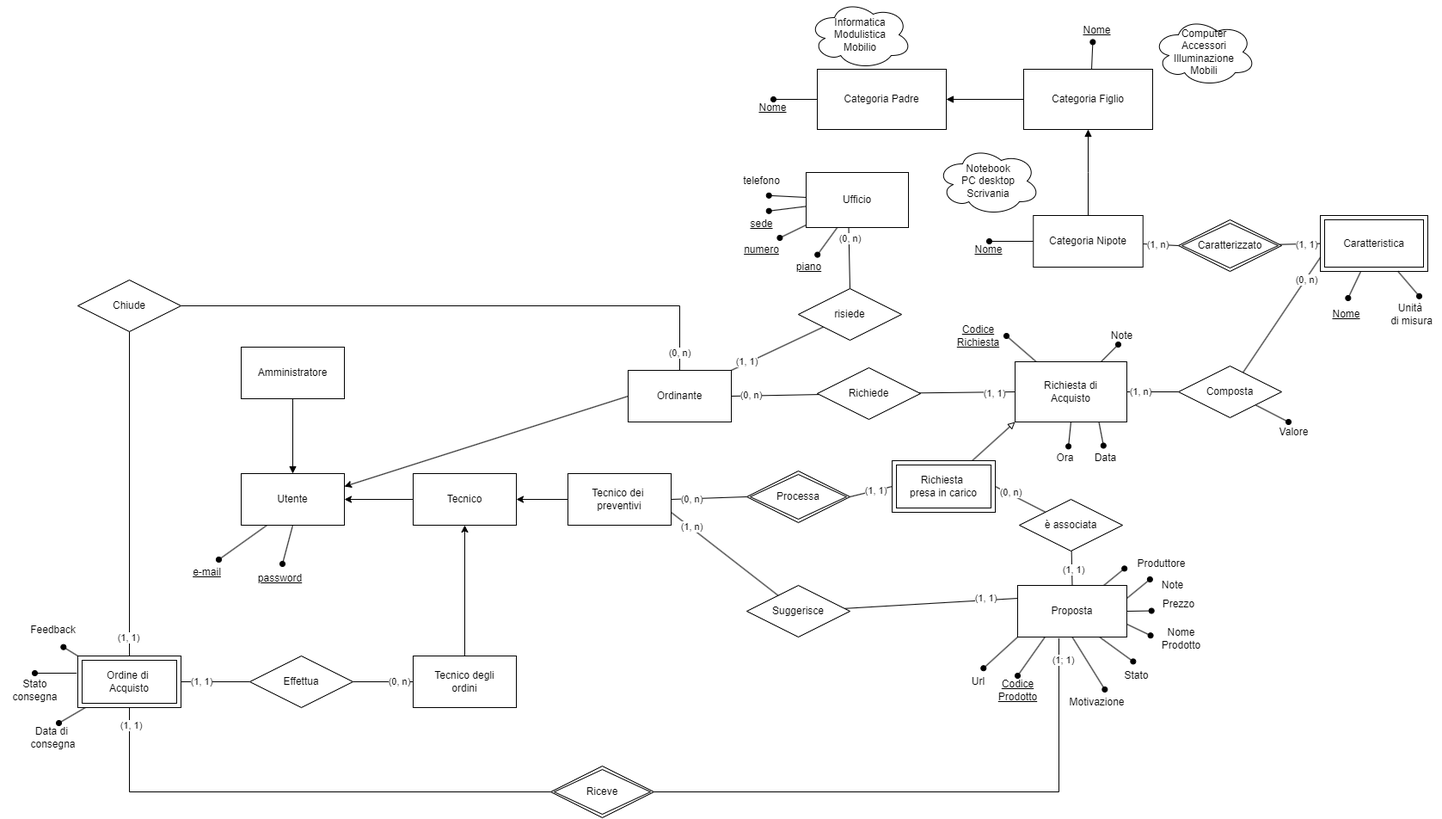
This is docs/ER_WE.drawio.png from Mik1810/web_engineering, a draw.io export, as it was before one commit. Source tidied: cells renumbered, new cells last; positions are measured from the earlier drawing's top-left corner, leaving out a move shared by most shapes.
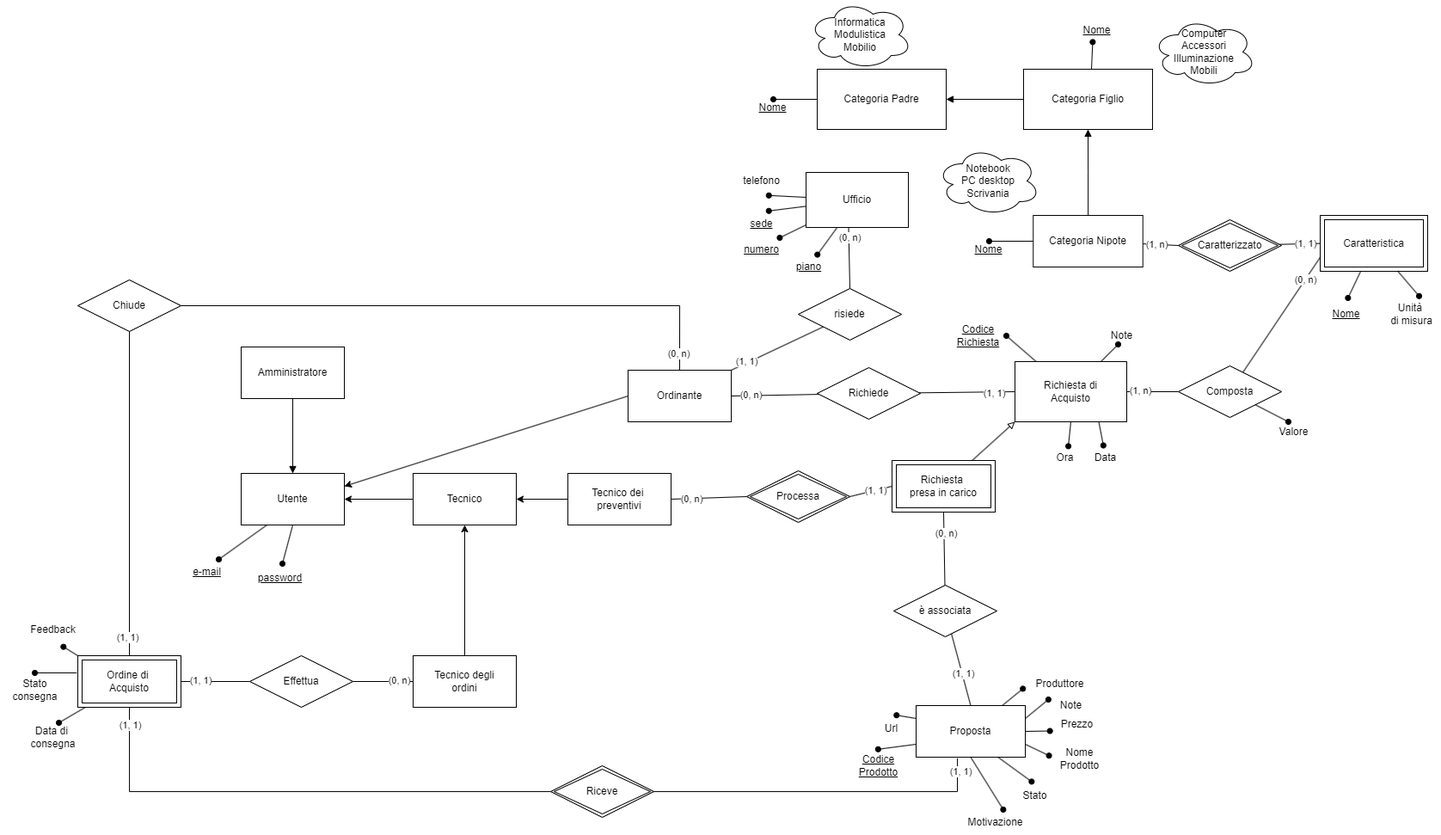
Above is the later version.

Commit message:
Added sql script to create tables, began the population, updated diagrams and model

Diff of the diagram source:
```diff
@@ -94,44 +94,42 @@
       <mxGeometry relative="1" as="geometry" />
     </mxCell>
     <mxCell id="29" value="Proposta" style="rounded=0;whiteSpace=wrap;html=1;" parent="1" vertex="1">
-      <mxGeometry x="1183" y="680" width="127" height="60" as="geometry" />
+      <mxGeometry x="1065" y="820" width="127" height="60" as="geometry" />
     </mxCell>
     <mxCell id="30" value="Produttore" style="text;html=1;align=center;verticalAlign=middle;points=[];strokeColor=none;fillColor=none;" parent="1" vertex="1">
-      <mxGeometry x="1310" y="640" width="80" height="30" as="geometry" />
+      <mxGeometry x="1192" y="780" width="80" height="30" as="geometry" />
     </mxCell>
     <mxCell id="31" style="rounded=0;jettySize=auto;html=1;endArrow=oval;endFill=1;exitX=1;exitY=0.75;exitDx=0;exitDy=0;entryX=-0.006;entryY=0.405;entryDx=0;entryDy=0;entryPerimeter=0;" parent="1" edge="1" source="29" target="32">
       <mxGeometry relative="1" as="geometry" />
     </mxCell>
     <mxCell id="32" value="Nome &lt;br&gt;Prodotto" style="text;html=1;align=center;verticalAlign=middle;points=[];strokeColor=none;fillColor=none;" parent="1" vertex="1">
-      <mxGeometry x="1338" y="722" width="70" height="40" as="geometry" />
+      <mxGeometry x="1220" y="862" width="70" height="40" as="geometry" />
     </mxCell>
-    <mxCell id="33" style="rounded=0;jettySize=auto;html=1;endArrow=oval;endFill=1;exitX=0.25;exitY=1;exitDx=0;exitDy=0;" parent="1" edge="1" source="29">
-      <mxGeometry relative="1" as="geometry">
-        <mxPoint x="1183" y="785" as="targetPoint" />
-      </mxGeometry>
+    <mxCell id="33" style="rounded=0;jettySize=auto;html=1;endArrow=oval;endFill=1;exitX=0;exitY=0.75;exitDx=0;exitDy=0;entryX=0.498;entryY=0.02;entryDx=0;entryDy=0;entryPerimeter=0;" parent="1" edge="1" source="29" target="34">
+      <mxGeometry relative="1" as="geometry" />
     </mxCell>
     <mxCell id="34" value="&lt;u&gt;Codice&lt;br&gt;Prodotto&lt;/u&gt;" style="text;html=1;align=center;verticalAlign=middle;points=[];strokeColor=none;fillColor=none;" parent="1" vertex="1">
-      <mxGeometry x="1148" y="782" width="70" height="40" as="geometry" />
+      <mxGeometry x="986" y="870" width="70" height="40" as="geometry" />
     </mxCell>
     <mxCell id="35" style="rounded=0;jettySize=auto;html=1;endArrow=oval;endFill=1;exitX=1;exitY=0.5;exitDx=0;exitDy=0;entryX=-0.022;entryY=0.751;entryDx=0;entryDy=0;entryPerimeter=0;" parent="1" edge="1" source="29" target="36">
       <mxGeometry relative="1" as="geometry" />
     </mxCell>
     <mxCell id="36" value="Prezzo" style="text;html=1;align=center;verticalAlign=middle;points=[];strokeColor=none;fillColor=none;" parent="1" vertex="1">
-      <mxGeometry x="1340" y="687" width="60" height="30" as="geometry" />
+      <mxGeometry x="1222" y="827" width="60" height="30" as="geometry" />
     </mxCell>
-    <mxCell id="37" style="rounded=0;jettySize=auto;html=1;endArrow=oval;endFill=1;exitX=0;exitY=1;exitDx=0;exitDy=0;entryX=0.657;entryY=-0.026;entryDx=0;entryDy=0;entryPerimeter=0;" parent="1" edge="1" source="29" target="38">
+    <mxCell id="37" style="rounded=0;jettySize=auto;html=1;endArrow=oval;endFill=1;exitX=0;exitY=0.25;exitDx=0;exitDy=0;entryX=0.657;entryY=-0.026;entryDx=0;entryDy=0;entryPerimeter=0;" parent="1" edge="1" source="29" target="38">
       <mxGeometry relative="1" as="geometry" />
     </mxCell>
     <mxCell id="38" value="Url" style="text;html=1;align=center;verticalAlign=middle;points=[];strokeColor=none;fillColor=none;" parent="1" vertex="1">
-      <mxGeometry x="1117" y="777" width="40" height="30" as="geometry" />
+      <mxGeometry x="1016" y="832" width="40" height="30" as="geometry" />
     </mxCell>
     <mxCell id="39" style="rounded=0;jettySize=auto;html=1;endArrow=oval;endFill=1;exitX=1;exitY=0.25;exitDx=0;exitDy=0;entryX=-0.023;entryY=0.266;entryDx=0;entryDy=0;entryPerimeter=0;" parent="1" edge="1" source="29" target="40">
       <mxGeometry relative="1" as="geometry" />
     </mxCell>
     <mxCell id="40" value="Note" style="text;html=1;align=center;verticalAlign=middle;points=[];strokeColor=none;fillColor=none;" parent="1" vertex="1">
-      <mxGeometry x="1338" y="665" width="50" height="30" as="geometry" />
+      <mxGeometry x="1220" y="805" width="50" height="30" as="geometry" />
     </mxCell>
-    <mxCell id="41" style="rounded=0;jettySize=auto;html=1;entryX=1;entryY=0.5;entryDx=0;entryDy=0;endArrow=none;endFill=0;" parent="1" edge="1" source="45" target="72">
+    <mxCell id="41" style="rounded=0;jettySize=auto;html=1;entryX=0.5;entryY=1;entryDx=0;entryDy=0;endArrow=none;endFill=0;" parent="1" edge="1" source="45" target="72">
       <mxGeometry relative="1" as="geometry" />
     </mxCell>
     <mxCell id="42" value="(0, n)" style="edgeLabel;html=1;align=center;verticalAlign=middle;" parent="41" vertex="1">
@@ -144,7 +142,7 @@
       <mxGeometry x="0.1" y="1" relative="1" as="geometry" />
     </mxCell>
     <mxCell id="45" value="è associata" style="shape=rhombus;perimeter=rhombusPerimeter;whiteSpace=wrap;html=1;align=center;" parent="1" vertex="1">
-      <mxGeometry x="1185" y="580" width="120" height="60" as="geometry" />
+      <mxGeometry x="1039" y="680" width="120" height="60" as="geometry" />
     </mxCell>
     <mxCell id="46" style="rounded=0;jettySize=auto;html=1;endArrow=oval;endFill=1;entryX=0.733;entryY=0;entryDx=0;entryDy=0;entryPerimeter=0;exitX=0.25;exitY=1;exitDx=0;exitDy=0;" parent="1" edge="1" source="48" target="55">
       <mxGeometry relative="1" as="geometry" />
@@ -179,23 +177,6 @@
     <mxCell id="56" value="&lt;u&gt;password&lt;/u&gt;" style="text;html=1;align=center;verticalAlign=middle;points=[];strokeColor=none;fillColor=none;" parent="1" vertex="1">
       <mxGeometry x="290" y="657" width="70" height="30" as="geometry" />
     </mxCell>
-    <mxCell id="57" style="rounded=0;jettySize=auto;html=1;entryX=0;entryY=0.25;entryDx=0;entryDy=0;endArrow=none;endFill=0;" parent="1" edge="1" source="59" target="29">
-      <mxGeometry relative="1" as="geometry" />
-    </mxCell>
-    <mxCell id="58" value="(1, 1)" style="edgeLabel;html=1;align=center;verticalAlign=middle;" parent="57" vertex="1">
-      <mxGeometry x="0.64" y="2" relative="1" as="geometry">
-        <mxPoint y="-1" as="offset" />
-      </mxGeometry>
-    </mxCell>
-    <mxCell id="59" value="Suggerisce" style="shape=rhombus;perimeter=rhombusPerimeter;whiteSpace=wrap;html=1;align=center;" parent="1" vertex="1">
-      <mxGeometry x="868" y="680" width="120" height="60" as="geometry" />
-    </mxCell>
-    <mxCell id="60" style="endArrow=none;html=1;rounded=0;entryX=1;entryY=0.75;entryDx=0;entryDy=0;" parent="1" edge="1" source="59" target="81">
-      <mxGeometry relative="1" as="geometry" />
-    </mxCell>
-    <mxCell id="61" value="(1, n)" style="edgeLabel;html=1;align=center;verticalAlign=middle;" parent="60" vertex="1">
-      <mxGeometry x="0.64" y="-1" relative="1" as="geometry" />
-    </mxCell>
     <mxCell id="62" value="&lt;u&gt;Codice&lt;/u&gt;&lt;div&gt;&lt;u&gt;Richiesta&lt;/u&gt;&lt;/div&gt;" style="text;html=1;align=center;verticalAlign=middle;strokeColor=none;fillColor=none;" parent="1" vertex="1">
       <mxGeometry x="1102" y="370" width="70" height="40" as="geometry" />
     </mxCell>
@@ -248,10 +229,10 @@
       <mxGeometry relative="1" as="geometry" />
     </mxCell>
     <mxCell id="79" value="Stato" style="text;html=1;align=center;verticalAlign=middle;points=[];strokeColor=none;fillColor=none;" parent="1" vertex="1">
-      <mxGeometry x="1296" y="770" width="50" height="30" as="geometry" />
+      <mxGeometry x="1178" y="910" width="50" height="30" as="geometry" />
     </mxCell>
     <mxCell id="80" value="Motivazione" style="text;html=1;align=center;verticalAlign=middle;points=[];strokeColor=none;fillColor=none;" parent="1" vertex="1">
-      <mxGeometry x="1230" y="800.5" width="90" height="30" as="geometry" />
+      <mxGeometry x="1112" y="940.5" width="90" height="30" as="geometry" />
     </mxCell>
     <mxCell id="81" value="Tecnico dei&amp;nbsp;&lt;div&gt;preventivi&lt;/div&gt;" style="rounded=0;whiteSpace=wrap;html=1;" parent="1" vertex="1">
       <mxGeometry x="660" y="550" width="120" height="60" as="geometry" />
@@ -277,7 +258,7 @@
     <mxCell id="88" style="edgeStyle=orthogonalEdgeStyle;rounded=0;jettySize=auto;html=1;entryX=0.378;entryY=1.022;entryDx=0;entryDy=0;entryPerimeter=0;endArrow=none;endFill=0;" parent="1" edge="1" source="87" target="29">
       <mxGeometry relative="1" as="geometry" />
     </mxCell>
-    <mxCell id="89" value="(1; 1)" style="edgeLabel;html=1;align=center;verticalAlign=middle;" parent="88" vertex="1">
+    <mxCell id="89" value="(1, 1)" style="edgeLabel;html=1;align=center;verticalAlign=middle;" parent="88" vertex="1">
       <mxGeometry x="0.92" y="-4" relative="1" as="geometry" />
     </mxCell>
     <mxCell id="90" style="edgeStyle=orthogonalEdgeStyle;rounded=0;jettySize=auto;html=1;entryX=0;entryY=0.5;entryDx=0;entryDy=0;endArrow=none;endFill=0;" parent="1" edge="1" source="93" target="96">
```
